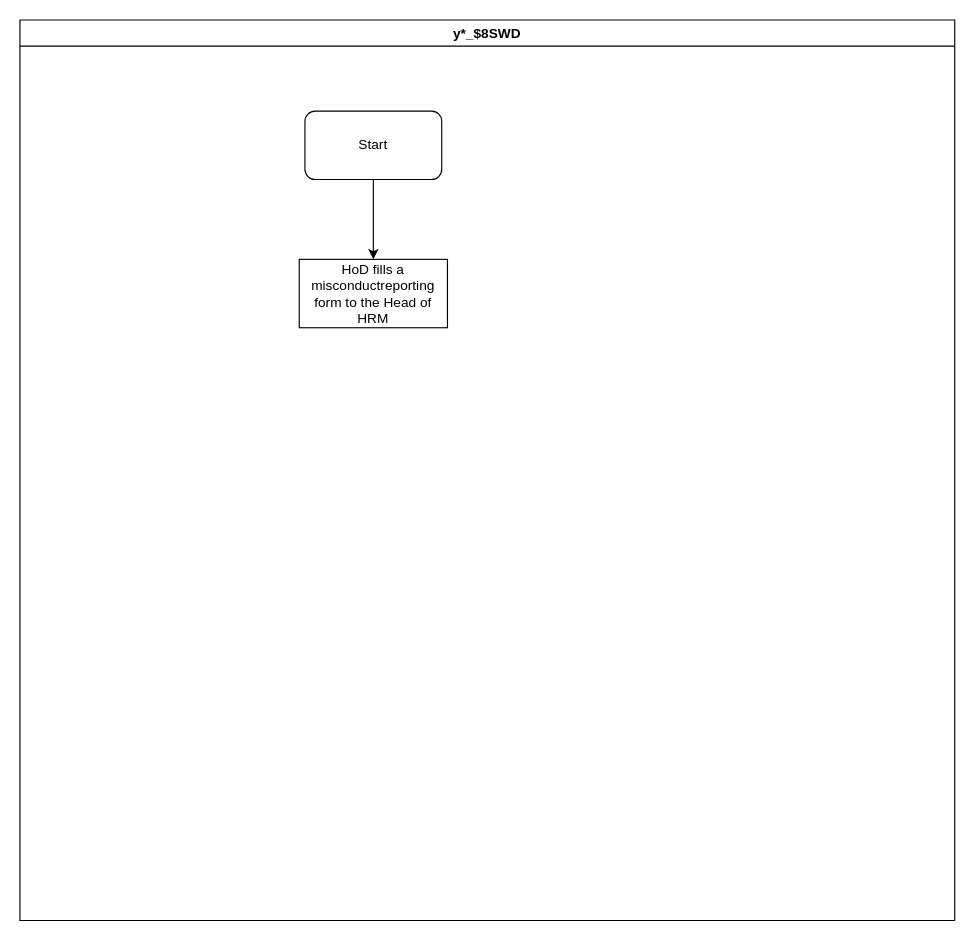
This is TPF-HR-Disciplinary process.drawio from kmagua/flowcharts, a draw.io file, before an edit. Source tidied: cells renumbered, new cells numbered last; positions are measured from the earlier drawing's top-left corner, leaving out a move shared by most shapes. Both pictures are drawn from the tidied source at 114%, with x=0, y=0 at pixel (19, 19).
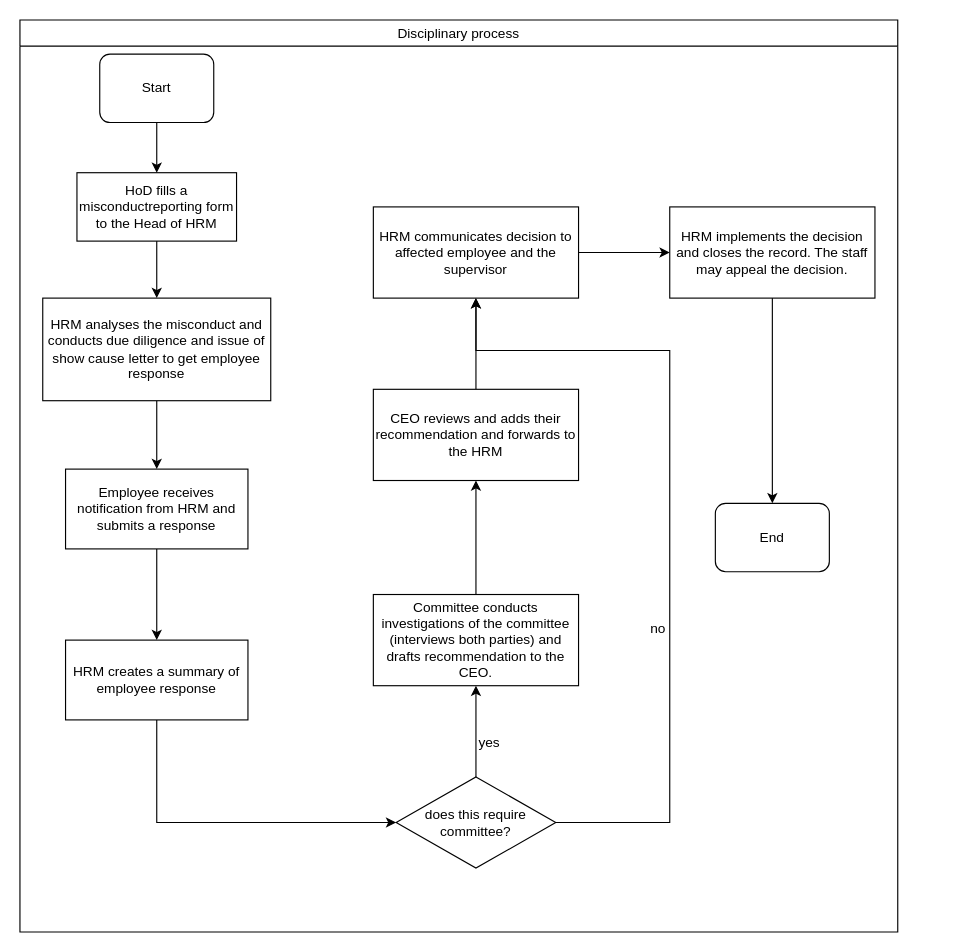
The same diagram, later.

The edit, as a diff of the source:
```diff
@@
-    <mxCell id="2" value="y*_$8SWD" style="swimlane;" parent="1" vertex="1">
-      <mxGeometry width="820" height="790" as="geometry" />
+    <mxCell id="2" value="Disciplinary process" style="swimlane;fontStyle=0;" parent="1" vertex="1">
+      <mxGeometry width="770" height="800" as="geometry" />
     </mxCell>
     <mxCell id="3" value="Start" style="rounded=1;whiteSpace=wrap;html=1;" parent="2" vertex="1">
-      <mxGeometry x="250" y="80" width="120" height="60" as="geometry" />
+      <mxGeometry x="70" y="30" width="100" height="60" as="geometry" />
     </mxCell>
+    <mxCell id="6" style="edgeStyle=orthogonalEdgeStyle;rounded=0;jettySize=auto;html=1;" parent="2" edge="1" source="4" target="8">
+      <mxGeometry relative="1" as="geometry" />
+    </mxCell>
     <mxCell id="4" value="&lt;span lang=&quot;EN-GB&quot;&gt;HoD fills a misconductreporting form to the Head of HRM &lt;/span&gt;" style="rounded=0;whiteSpace=wrap;html=1;" parent="2" vertex="1">
-      <mxGeometry x="245" y="210" width="130" height="60" as="geometry" />
+      <mxGeometry x="50" y="134" width="140" height="60" as="geometry" />
     </mxCell>
@@
+    <mxCell id="7" style="edgeStyle=orthogonalEdgeStyle;rounded=0;jettySize=auto;html=1;" parent="2" edge="1" source="8" target="10">
+      <mxGeometry relative="1" as="geometry" />
+    </mxCell>
+    <mxCell id="8" value="&lt;span lang=&quot;EN-GB&quot;&gt;HRM analyses the misconduct and conducts due diligence &lt;/span&gt;&lt;span lang=&quot;EN-GB&quot;&gt;and issue of show cause letter to get employee response&lt;/span&gt;" style="rounded=0;whiteSpace=wrap;html=1;" parent="2" vertex="1">
+      <mxGeometry x="20" y="244" width="200" height="90" as="geometry" />
+    </mxCell>
+    <mxCell id="9" style="edgeStyle=orthogonalEdgeStyle;rounded=0;jettySize=auto;html=1;" parent="2" edge="1" source="10" target="12">
+      <mxGeometry relative="1" as="geometry" />
+    </mxCell>
+    <mxCell id="10" value="&lt;span lang=&quot;EN-GB&quot;&gt;Employee receives notification from HRM and submits a response&lt;/span&gt;" style="rounded=0;whiteSpace=wrap;html=1;" parent="2" vertex="1">
+      <mxGeometry x="40" y="394" width="160" height="70" as="geometry" />
+    </mxCell>
+    <mxCell id="11" style="edgeStyle=orthogonalEdgeStyle;rounded=0;jettySize=auto;html=1;exitX=0.5;exitY=1;exitDx=0;exitDy=0;" parent="2" edge="1" source="12" target="15">
+      <mxGeometry relative="1" as="geometry">
+        <Array as="points">
+          <mxPoint x="120" y="704" />
+        </Array>
+      </mxGeometry>
+    </mxCell>
+    <mxCell id="12" value="&lt;span lang=&quot;EN-GB&quot;&gt;HRM creates a summary of employee response&lt;/span&gt;" style="rounded=0;whiteSpace=wrap;html=1;" parent="2" vertex="1">
+      <mxGeometry x="40" y="544" width="160" height="70" as="geometry" />
+    </mxCell>
+    <mxCell id="13" style="edgeStyle=orthogonalEdgeStyle;rounded=0;jettySize=auto;html=1;" parent="2" edge="1" source="15" target="17">
+      <mxGeometry relative="1" as="geometry" />
+    </mxCell>
+    <mxCell id="14" style="edgeStyle=orthogonalEdgeStyle;rounded=0;jettySize=auto;html=1;entryX=0.5;entryY=1;entryDx=0;entryDy=0;" parent="2" edge="1" source="15" target="22">
+      <mxGeometry relative="1" as="geometry">
+        <Array as="points">
+          <mxPoint x="570" y="704" />
+          <mxPoint x="570" y="290" />
+          <mxPoint x="400" y="290" />
+        </Array>
+      </mxGeometry>
+    </mxCell>
+    <mxCell id="15" value="does this require committee?" style="rhombus;whiteSpace=wrap;html=1;rounded=0;" parent="2" vertex="1">
+      <mxGeometry x="330" y="664" width="140" height="80" as="geometry" />
+    </mxCell>
+    <mxCell id="16" style="edgeStyle=orthogonalEdgeStyle;rounded=0;jettySize=auto;html=1;" parent="2" edge="1" source="17" target="20">
+      <mxGeometry relative="1" as="geometry" />
+    </mxCell>
+    <mxCell id="17" value="&lt;span lang=&quot;EN-GB&quot;&gt;Committee conducts investigations of the committee (interviews both parties) and drafts recommendation to the CEO.&lt;/span&gt;" style="whiteSpace=wrap;html=1;rounded=0;" parent="2" vertex="1">
+      <mxGeometry x="310" y="504" width="180" height="80" as="geometry" />
+    </mxCell>
+    <mxCell id="18" value="End" style="rounded=1;whiteSpace=wrap;html=1;" parent="2" vertex="1">
+      <mxGeometry x="610" y="424" width="100" height="60" as="geometry" />
+    </mxCell>
+    <mxCell id="19" style="edgeStyle=orthogonalEdgeStyle;rounded=0;jettySize=auto;html=1;" parent="2" edge="1" source="20" target="22">
+      <mxGeometry relative="1" as="geometry" />
+    </mxCell>
+    <mxCell id="20" value="&lt;span lang=&quot;EN-GB&quot;&gt;CEO reviews and adds their recommendation and forwards to the HRM&lt;/span&gt;" style="whiteSpace=wrap;html=1;rounded=0;" parent="2" vertex="1">
+      <mxGeometry x="310" y="324" width="180" height="80" as="geometry" />
+    </mxCell>
+    <mxCell id="21" style="edgeStyle=orthogonalEdgeStyle;rounded=0;jettySize=auto;html=1;" parent="2" edge="1" source="22" target="26">
+      <mxGeometry relative="1" as="geometry" />
+    </mxCell>
+    <mxCell id="22" value="&lt;span lang=&quot;EN-GB&quot;&gt;HRM communicates decision to affected employee and the supervisor&lt;/span&gt;" style="whiteSpace=wrap;html=1;rounded=0;" parent="2" vertex="1">
+      <mxGeometry x="310" y="164" width="180" height="80" as="geometry" />
+    </mxCell>
+    <mxCell id="23" value="no" style="text;html=1;strokeColor=none;fillColor=none;align=center;verticalAlign=middle;whiteSpace=wrap;rounded=0;" parent="2" vertex="1">
+      <mxGeometry x="540" y="524" width="40" height="20" as="geometry" />
+    </mxCell>
+    <mxCell id="24" value="yes" style="text;html=1;strokeColor=none;fillColor=none;align=center;verticalAlign=middle;whiteSpace=wrap;rounded=0;" parent="2" vertex="1">
+      <mxGeometry x="392" y="624" width="40" height="20" as="geometry" />
+    </mxCell>
+    <mxCell id="25" style="edgeStyle=orthogonalEdgeStyle;rounded=0;jettySize=auto;html=1;entryX=0.5;entryY=0;entryDx=0;entryDy=0;" parent="2" edge="1" source="26" target="18">
+      <mxGeometry relative="1" as="geometry" />
+    </mxCell>
+    <mxCell id="26" value="&lt;span lang=&quot;EN-GB&quot;&gt;HRM &lt;/span&gt;&lt;span lang=&quot;EN-GB&quot;&gt;implements the decision and closes the record. The staff may appeal the decision. &lt;/span&gt;" style="whiteSpace=wrap;html=1;rounded=0;" parent="2" vertex="1">
+      <mxGeometry x="570" y="164" width="180" height="80" as="geometry" />
+    </mxCell>
```
